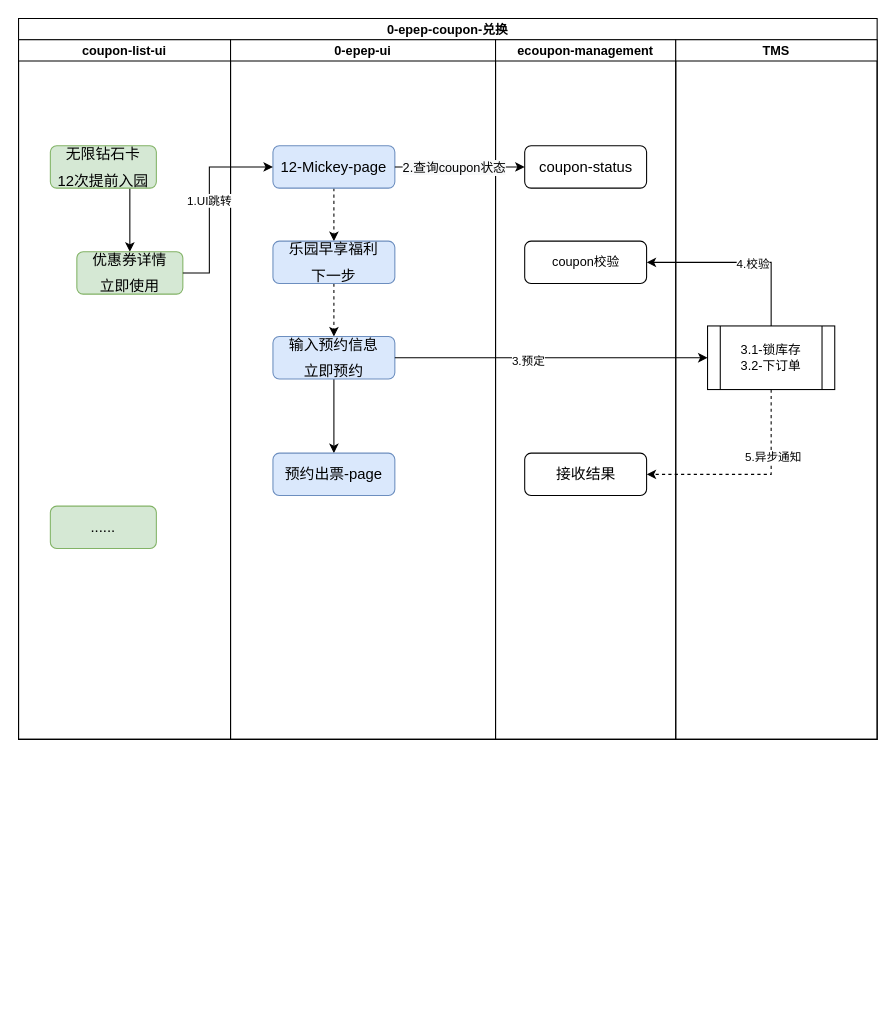
lixyu/draw keeps this draw.io diagram as disney/0-epep-coupon.drawio. Above is the earlier version. Source tidied: cells renumbered, new cells numbered last; positions are measured from the earlier drawing's top-left corner, leaving out a move shared by most shapes. Both pictures are drawn from the tidied source at 106%, with x=0, y=0 at pixel (18, 18).
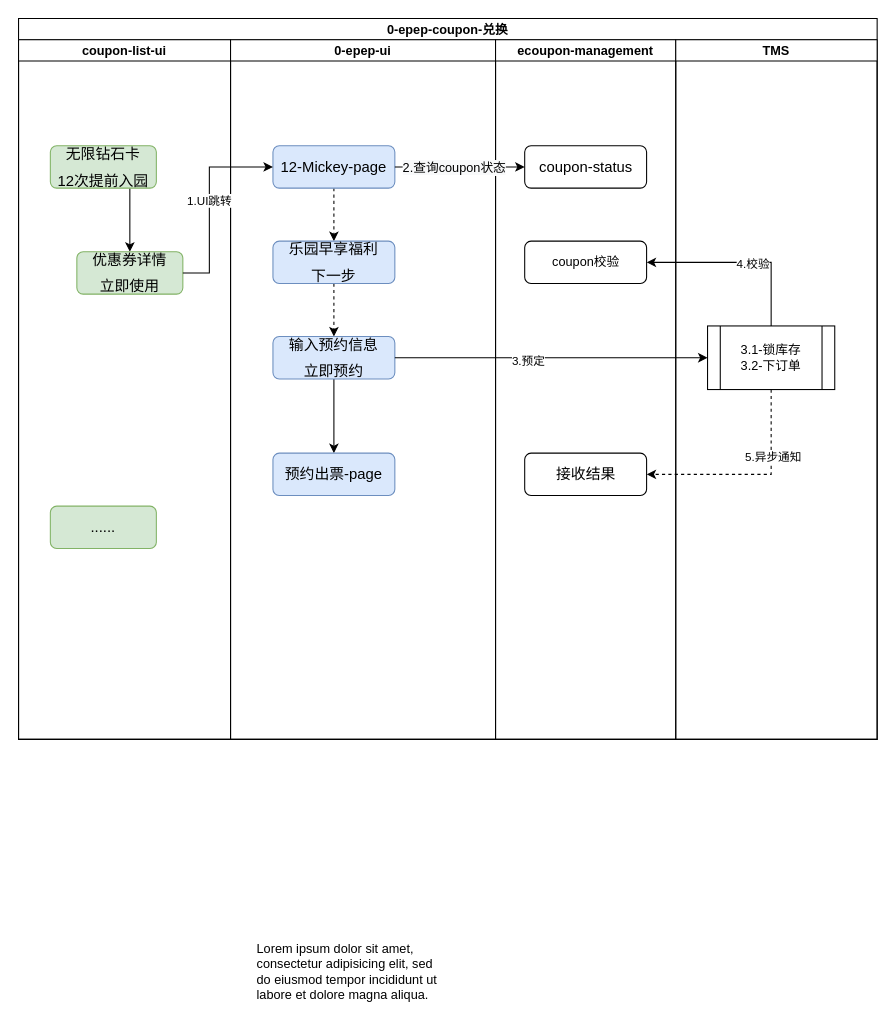
The same diagram, later.

Diff of the diagram source:
```diff
@@
+    <mxCell id="31" value="&lt;h1&gt;&lt;br&gt;&lt;/h1&gt;&lt;p&gt;Lorem ipsum dolor sit amet, consectetur adipisicing elit, sed do eiusmod tempor incididunt ut labore et dolore magna aliqua.&lt;/p&gt;" style="text;html=1;strokeColor=none;fillColor=none;spacing=5;spacingTop=-20;whiteSpace=wrap;overflow=hidden;rounded=0;" parent="1" vertex="1">
+      <mxGeometry x="220" y="820" width="190" height="120" as="geometry" />
+    </mxCell>
```
